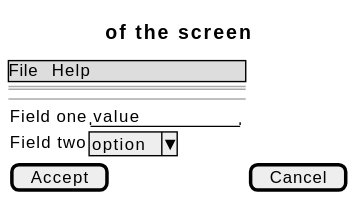
Before: docs/01-requirements/use-cases/installPlugin/wireframes.svg, a diagram exported from PlantUML (didactika/kampus). The source it was exported from:
```plantuml
@startsalt
{
  {* File | Help }
  ==
  Title of the screen
  --
  {
    Field one | "value        "
    Field two | ^option^
  }
  [ Accept ] | [ Cancel ]
}
@endsalt
```
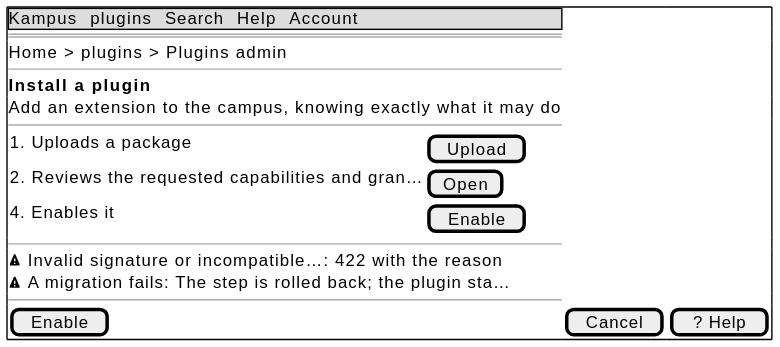
The same diagram one commit later.

The edit, as a diff of the source:
```diff
@@ -1,13 +1,21 @@
 @startsalt
-{
-  {* File | Help }
+{+
+  {* Kampus | plugins | Search | Help | Account }
   ==
-  Title of the screen
+  Home > plugins > Plugins admin
+  --
+  <b>Install a plugin
+  Add an extension to the campus, knowing exactly what it may do
   --
   {
-    Field one | "value        "
-    Field two | ^option^
+    1. Uploads a package | [ Upload ]
+    2. Reviews the requested capabilities and gran… | [ Open ]
+    4. Enables it | [ Enable ]
   }
-  [ Accept ] | [ Cancel ]
+  --
+  <&warning> Invalid signature or incompatible…: 422 with the reason
+  <&warning> A migration fails: The step is rolled back; the plugin sta…
+  --
+  [ Enable ] | [ Cancel ] | [ ? Help ]
 }
 @endsalt
```
